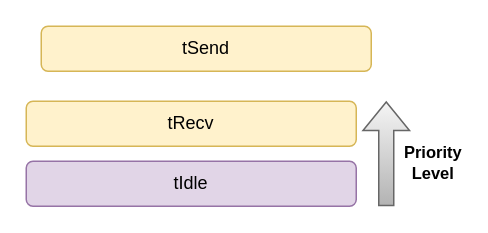
ESRGgroup9/slipad keeps this draw.io diagram as page "ThPrio" (1 of 14) of documentation/flowcharts/RS/RS.drawio. Above is the earlier version. Source tidied: cells renumbered, new cells numbered last; positions are measured from the earlier drawing's top-left corner, leaving out a move shared by most shapes. Both pictures are drawn from the tidied source at 150%, with x=0, y=0 at pixel (26, 26).
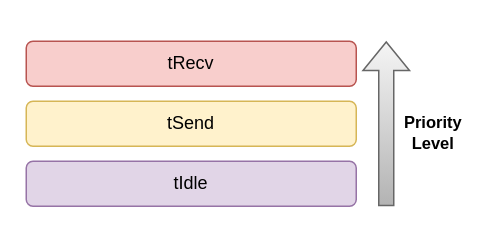
The same diagram, later.

Change to the diagram source:
```diff
@@
 <mxGraphModel>
   <root>
     <mxCell id="0" />
     <mxCell id="1" parent="0" />
-    <mxCell id="2" value="tRecv" style="rounded=1;whiteSpace=wrap;html=1;fillColor=#fff2cc;strokeColor=#d6b656;" parent="1" vertex="1">
-      <mxGeometry y="50" width="220" height="30" as="geometry" />
+    <mxCell id="2" value="tRecv" style="rounded=1;whiteSpace=wrap;html=1;fillColor=#f8cecc;strokeColor=#b85450;" parent="1" vertex="1">
+      <mxGeometry y="10" width="220" height="30" as="geometry" />
     </mxCell>
     <mxCell id="3" value="tIdle" style="rounded=1;whiteSpace=wrap;html=1;fillColor=#e1d5e7;strokeColor=#9673a6;" parent="1" vertex="1">
       <mxGeometry y="90" width="220" height="30" as="geometry" />
     </mxCell>
     <mxCell id="4" style="shape=flexArrow;endArrow=classic;html=1;rounded=0;fillColor=#f5f5f5;gradientColor=#b3b3b3;strokeColor=#666666;" parent="1" edge="1">
       <mxGeometry relative="1" as="geometry">
         <mxPoint x="240" y="120" as="sourcePoint" />
-        <mxPoint x="240" y="50" as="targetPoint" />
+        <mxPoint x="240" y="10" as="targetPoint" />
       </mxGeometry>
     </mxCell>
     <mxCell id="5" value="&lt;div&gt;Priority&lt;/div&gt;&lt;div&gt;Level&lt;/div&gt;" style="edgeLabel;html=1;align=center;verticalAlign=middle;labelBackgroundColor=default;fontStyle=1;" parent="4" vertex="1">
       <mxGeometry x="0.54" y="-2" relative="1" as="geometry">
-        <mxPoint x="28" y="24" as="offset" />
+        <mxPoint x="28" y="35" as="offset" />
       </mxGeometry>
     </mxCell>
     <mxCell id="6" value="tSend" style="rounded=1;whiteSpace=wrap;html=1;fillColor=#fff2cc;strokeColor=#d6b656;" parent="1" vertex="1">
-      <mxGeometry x="10" width="220" height="30" as="geometry" />
+      <mxGeometry y="50" width="220" height="30" as="geometry" />
     </mxCell>
   </root>
 </mxGraphModel>
```
